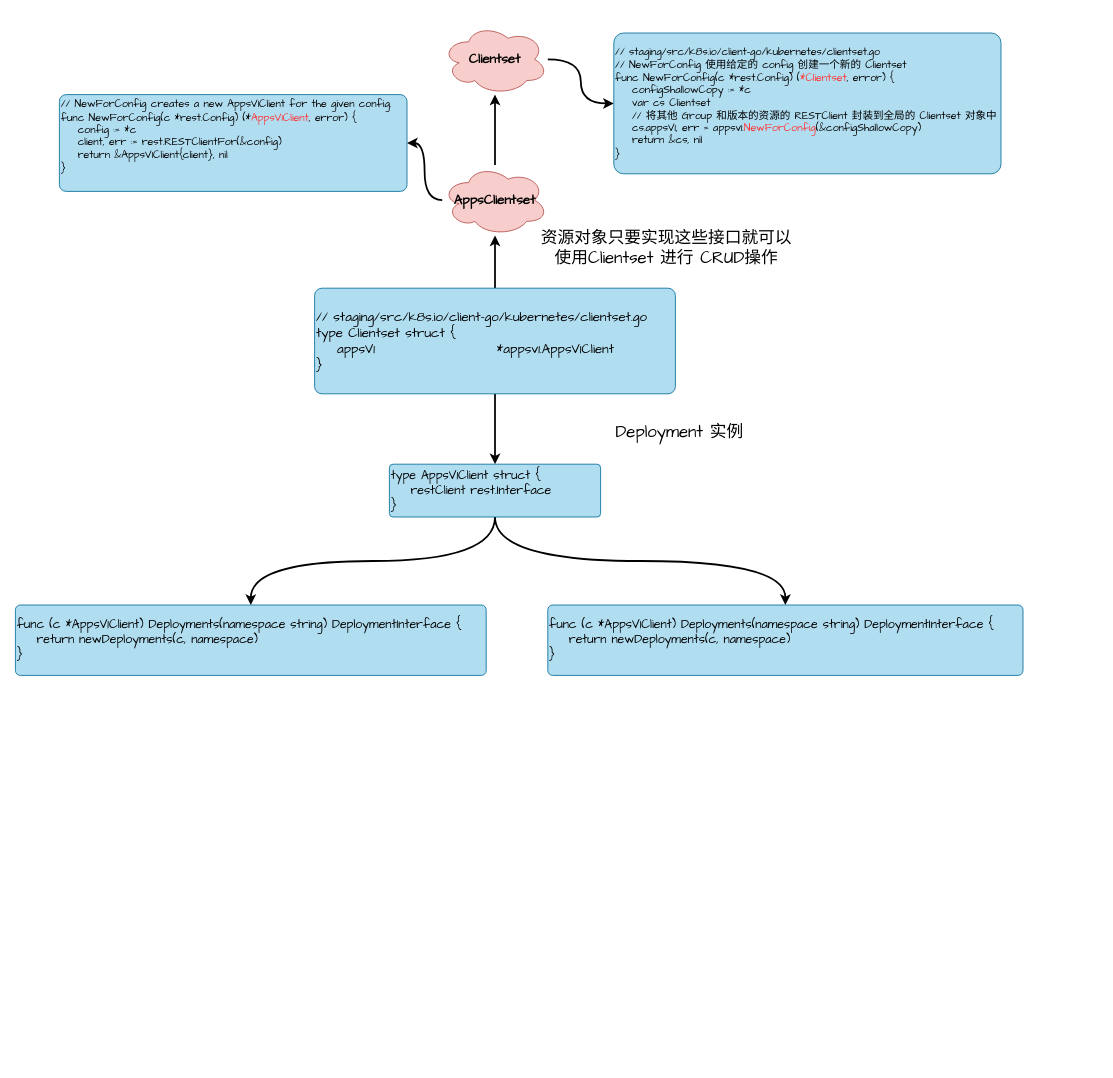
Above: book_sources/images/k8s-clientset-2.drawio in Git-Kyro/gitbook (draw.io), before the change. Source tidied: cells renumbered, new cells numbered last; positions are measured from the earlier drawing's top-left corner, leaving out a move shared by most shapes. Both pictures are drawn from the tidied source at 88%, with x=0, y=0 at pixel (15, 24).
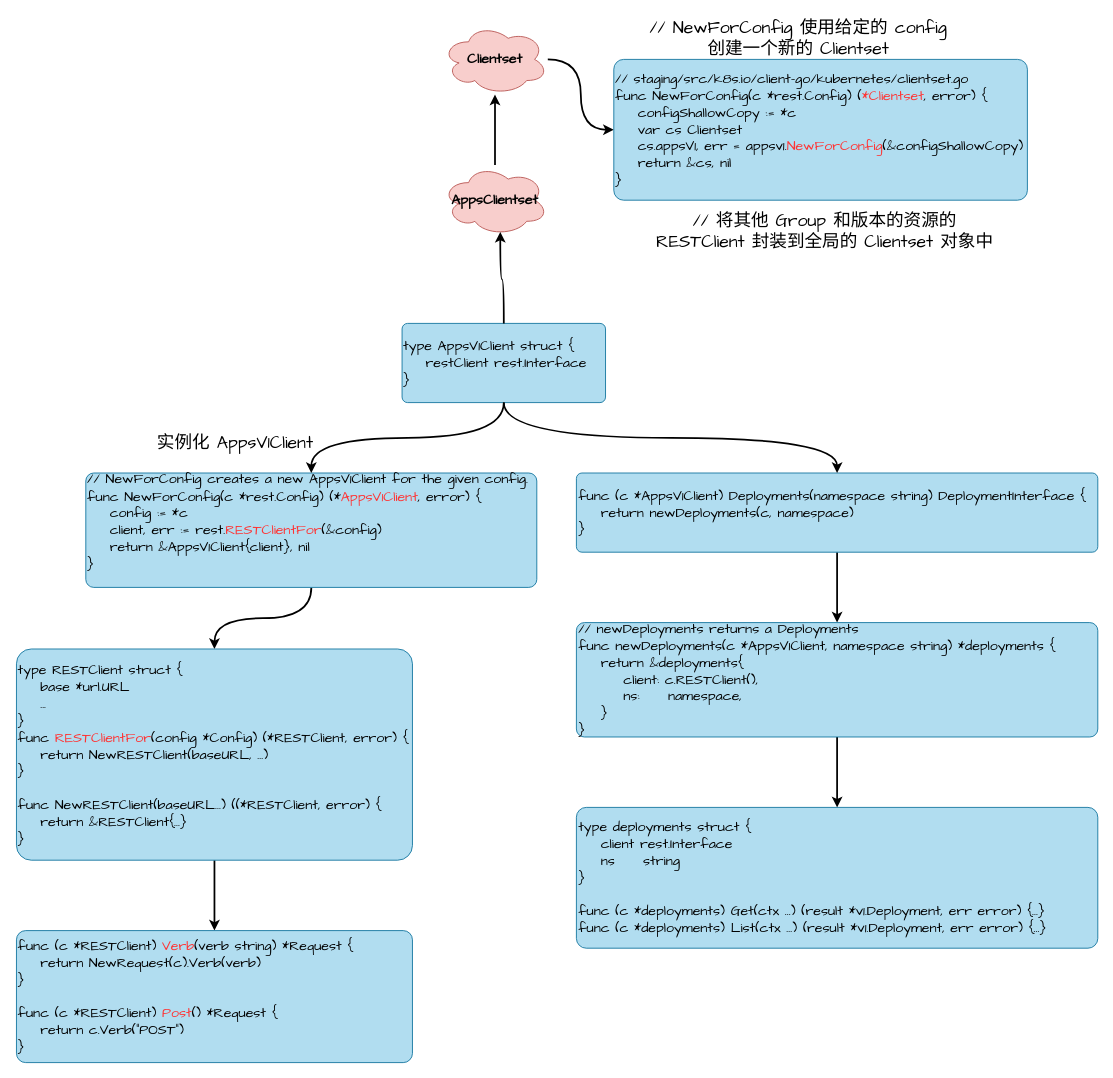
Above is the later version.

The edit, as a diff of the source:
```diff
@@
-    <mxCell id="2" style="edgeStyle=orthogonalEdgeStyle;rounded=0;jettySize=auto;html=1;strokeWidth=2;" parent="1" edge="1" source="4" target="7">
-      <mxGeometry relative="1" as="geometry" />
-    </mxCell>
-    <mxCell id="3" style="rounded=0;jettySize=auto;html=1;fontSize=15;strokeWidth=2;" parent="1" edge="1" source="4" target="10">
-      <mxGeometry relative="1" as="geometry" />
-    </mxCell>
-    <mxCell id="4" value="&lt;div style=&quot;font-size: 15px&quot;&gt;&lt;div&gt;// staging/src/k8s.io/client-go/kubernetes/clientset.go&lt;/div&gt;&lt;div&gt;type Clientset struct {&lt;/div&gt;&lt;div&gt;&amp;nbsp; &amp;nbsp; appsV1&amp;nbsp; &amp;nbsp; &amp;nbsp; &amp;nbsp; &amp;nbsp; &amp;nbsp; &amp;nbsp; &amp;nbsp; &amp;nbsp; &amp;nbsp; &amp;nbsp; &amp;nbsp;*appsv1.AppsV1Client&lt;/div&gt;&lt;div&gt;}&lt;/div&gt;&lt;/div&gt;" style="whiteSpace=wrap;html=1;fontFamily=Comic Sans MS;align=left;fillColor=#b1ddf0;strokeColor=#10739e;rounded=1;arcSize=7;" parent="1" vertex="1">
-      <mxGeometry x="340" y="300" width="410" height="120" as="geometry" />
-    </mxCell>
@@
-    <mxCell id="6" style="edgeStyle=orthogonalEdgeStyle;curved=1;rounded=0;jettySize=auto;html=1;fontFamily=Comic Sans MS;fontSize=19;fontColor=#FF3333;strokeWidth=2;" parent="1" edge="1" source="7" target="18">
-      <mxGeometry relative="1" as="geometry" />
-    </mxCell>
-    <mxCell id="7" value="&lt;font style=&quot;font-size: 15px&quot;&gt;&lt;b&gt;AppsClientset&lt;/b&gt;&lt;/font&gt;" style="ellipse;shape=cloud;whiteSpace=wrap;html=1;fontFamily=Comic Sans MS;align=center;fillColor=#f8cecc;strokeColor=#b85450;rounded=1;arcSize=7;" parent="1" vertex="1">
+    <mxCell id="7" value="&lt;font size=&quot;1&quot;&gt;&lt;b style=&quot;font-size: 16px&quot;&gt;AppsClientset&lt;/b&gt;&lt;/font&gt;" style="ellipse;shape=cloud;whiteSpace=wrap;html=1;fontFamily=Comic Sans MS;align=center;fillColor=#f8cecc;strokeColor=#b85450;rounded=1;arcSize=7;" parent="1" vertex="1">
       <mxGeometry x="485" y="160" width="120" height="80" as="geometry" />
     </mxCell>
-    <mxCell id="8" style="edgeStyle=orthogonalEdgeStyle;curved=1;rounded=0;jettySize=auto;html=1;fontSize=14;strokeWidth=2;" parent="1" edge="1" source="10" target="11">
-      <mxGeometry relative="1" as="geometry" />
-    </mxCell>
-    <mxCell id="9" style="edgeStyle=orthogonalEdgeStyle;curved=1;rounded=0;jettySize=auto;html=1;fontSize=14;strokeWidth=2;" parent="1" edge="1" source="10" target="12">
-      <mxGeometry relative="1" as="geometry" />
-    </mxCell>
-    <mxCell id="10" value="&lt;div style=&quot;font-size: 14px&quot;&gt;&lt;font style=&quot;font-size: 14px&quot;&gt;type AppsV1Client struct {&lt;/font&gt;&lt;/div&gt;&lt;div style=&quot;font-size: 14px&quot;&gt;&lt;font style=&quot;font-size: 14px&quot;&gt;&amp;nbsp; &amp;nbsp; restClient rest.Interface&lt;/font&gt;&lt;/div&gt;&lt;div style=&quot;font-size: 14px&quot;&gt;&lt;font style=&quot;font-size: 14px&quot;&gt;}&lt;/font&gt;&lt;/div&gt;" style="whiteSpace=wrap;html=1;fontFamily=Comic Sans MS;align=left;fillColor=#b1ddf0;strokeColor=#10739e;rounded=1;arcSize=7;" parent="1" vertex="1">
-      <mxGeometry x="425" y="500" width="240" height="60" as="geometry" />
-    </mxCell>
-    <mxCell id="11" value="&lt;div style=&quot;font-size: 14px&quot;&gt;&lt;div&gt;func (c *AppsV1Client) Deployments(namespace string) DeploymentInterface {&lt;/div&gt;&lt;div&gt;&amp;nbsp; &amp;nbsp; return newDeployments(c, namespace)&lt;/div&gt;&lt;div&gt;}&lt;/div&gt;&lt;/div&gt;" style="whiteSpace=wrap;html=1;fontFamily=Comic Sans MS;align=left;fillColor=#b1ddf0;strokeColor=#10739e;rounded=1;arcSize=7;" parent="1" vertex="1">
-      <mxGeometry y="660" width="535" height="80" as="geometry" />
-    </mxCell>
-    <mxCell id="12" value="&lt;div style=&quot;font-size: 14px&quot;&gt;&lt;div&gt;func (c *AppsV1Client) Deployments(namespace string) DeploymentInterface {&lt;/div&gt;&lt;div&gt;&amp;nbsp; &amp;nbsp; return newDeployments(c, namespace)&lt;/div&gt;&lt;div&gt;}&lt;/div&gt;&lt;/div&gt;" style="whiteSpace=wrap;html=1;fontFamily=Comic Sans MS;align=left;fillColor=#b1ddf0;strokeColor=#10739e;rounded=1;arcSize=7;" parent="1" vertex="1">
-      <mxGeometry x="605" y="660" width="540" height="80" as="geometry" />
-    </mxCell>
-    <mxCell id="13" value="&lt;font face=&quot;Comic Sans MS&quot; style=&quot;font-size: 19px&quot;&gt;资源对象只要实现这些接口就可以使用Clientset 进行 CRUD操作&lt;/font&gt;" style="text;html=1;strokeColor=none;fillColor=none;align=center;verticalAlign=middle;whiteSpace=wrap;rounded=0;fontSize=14;" parent="1" vertex="1">
-      <mxGeometry x="590" y="240" width="300" height="30" as="geometry" />
+    <mxCell id="13" value="&lt;span style=&quot;font-family: &amp;#34;comic sans ms&amp;#34; ; text-align: left&quot;&gt;&lt;font style=&quot;font-size: 20px&quot;&gt;// 将其他 Group 和版本的资源的 RESTClient 封装到全局的 Clientset 对象中&lt;/font&gt;&lt;/span&gt;" style="text;html=1;strokeColor=none;fillColor=none;align=center;verticalAlign=middle;whiteSpace=wrap;rounded=0;fontSize=14;" parent="1" vertex="1">
+      <mxGeometry x="720" y="220" width="400" height="30" as="geometry" />
     </mxCell>
-    <mxCell id="14" value="&lt;font face=&quot;Comic Sans MS&quot;&gt;&lt;span style=&quot;font-size: 19px&quot;&gt;Deployment 实例&lt;/span&gt;&lt;/font&gt;" style="text;html=1;strokeColor=none;fillColor=none;align=center;verticalAlign=middle;whiteSpace=wrap;rounded=0;fontSize=14;" parent="1" vertex="1">
-      <mxGeometry x="605" y="450" width="300" height="30" as="geometry" />
-    </mxCell>
@@
-    <mxCell id="16" value="&lt;font style=&quot;font-size: 15px&quot;&gt;&lt;b&gt;Clientset&lt;/b&gt;&lt;/font&gt;" style="ellipse;shape=cloud;whiteSpace=wrap;html=1;fontFamily=Comic Sans MS;align=center;fillColor=#f8cecc;strokeColor=#b85450;rounded=1;arcSize=7;" parent="1" vertex="1">
+    <mxCell id="16" value="&lt;font size=&quot;1&quot;&gt;&lt;b style=&quot;font-size: 16px&quot;&gt;Clientset&lt;/b&gt;&lt;/font&gt;" style="ellipse;shape=cloud;whiteSpace=wrap;html=1;fontFamily=Comic Sans MS;align=center;fillColor=#f8cecc;strokeColor=#b85450;rounded=1;arcSize=7;" parent="1" vertex="1">
       <mxGeometry x="485" width="120" height="80" as="geometry" />
     </mxCell>
-    <mxCell id="17" value="&lt;div&gt;// staging/src/k8s.io/client-go/kubernetes/clientset.go&lt;/div&gt;&lt;div&gt;// NewForConfig 使用给定的 config 创建一个新的 Clientset&lt;/div&gt;&lt;div&gt;func NewForConfig(c *rest.Config) (&lt;font color=&quot;#ff3333&quot;&gt;*Clientset&lt;/font&gt;, error) {&lt;/div&gt;&lt;div&gt;&amp;nbsp; &amp;nbsp; configShallowCopy := *c&lt;/div&gt;&lt;div&gt;&amp;nbsp; &amp;nbsp; var cs Clientset&lt;/div&gt;&lt;div&gt;&amp;nbsp; &amp;nbsp; // 将其他 Group 和版本的资源的 RESTClient 封装到全局的 Clientset 对象中&lt;/div&gt;&lt;div&gt;&amp;nbsp; &amp;nbsp; cs.appsV1, err = appsv1.&lt;font color=&quot;#ff3333&quot;&gt;NewForConfig&lt;/font&gt;(&amp;amp;configShallowCopy)&lt;/div&gt;&lt;div&gt;&amp;nbsp; &amp;nbsp; return &amp;amp;cs, nil&lt;/div&gt;&lt;div&gt;}&lt;/div&gt;" style="rounded=1;whiteSpace=wrap;html=1;fontFamily=Comic Sans MS;fillColor=#b1ddf0;strokeColor=#10739e;arcSize=7;align=left;" parent="1" vertex="1">
-      <mxGeometry x="680" y="10" width="440" height="160" as="geometry" />
+    <mxCell id="17" value="&lt;div style=&quot;font-size: 16px&quot;&gt;&lt;font style=&quot;font-size: 16px&quot;&gt;// staging/src/k8s.io/client-go/kubernetes/clientset.go&lt;/font&gt;&lt;/div&gt;&lt;div style=&quot;font-size: 16px&quot;&gt;&lt;font style=&quot;font-size: 16px&quot;&gt;func NewForConfig(c *rest.Config) (&lt;font color=&quot;#ff3333&quot; style=&quot;font-size: 16px&quot;&gt;*Clientset&lt;/font&gt;, error) {&lt;/font&gt;&lt;/div&gt;&lt;div style=&quot;font-size: 16px&quot;&gt;&lt;font style=&quot;font-size: 16px&quot;&gt;&amp;nbsp; &amp;nbsp; configShallowCopy := *c&lt;/font&gt;&lt;/div&gt;&lt;div style=&quot;font-size: 16px&quot;&gt;&lt;font style=&quot;font-size: 16px&quot;&gt;&amp;nbsp; &amp;nbsp; var cs Clientset&lt;/font&gt;&lt;/div&gt;&lt;div style=&quot;font-size: 16px&quot;&gt;&lt;font style=&quot;font-size: 16px&quot;&gt;&amp;nbsp; &amp;nbsp; cs.appsV1, err = appsv1.&lt;font color=&quot;#ff3333&quot; style=&quot;font-size: 16px&quot;&gt;NewForConfig&lt;/font&gt;(&amp;amp;configShallowCopy)&lt;/font&gt;&lt;/div&gt;&lt;div style=&quot;font-size: 16px&quot;&gt;&lt;font style=&quot;font-size: 16px&quot;&gt;&amp;nbsp; &amp;nbsp; return &amp;amp;cs, nil&lt;/font&gt;&lt;/div&gt;&lt;div style=&quot;font-size: 16px&quot;&gt;&lt;font style=&quot;font-size: 16px&quot;&gt;}&lt;/font&gt;&lt;/div&gt;" style="rounded=1;whiteSpace=wrap;html=1;fontFamily=Comic Sans MS;fillColor=#b1ddf0;strokeColor=#10739e;arcSize=7;align=left;" parent="1" vertex="1">
+      <mxGeometry x="680" y="40" width="470" height="160" as="geometry" />
     </mxCell>
+    <mxCell id="19" style="edgeStyle=orthogonalEdgeStyle;rounded=0;jettySize=auto;html=1;fontSize=16;curved=1;strokeWidth=2;" parent="1" edge="1" source="18" target="21">
+      <mxGeometry relative="1" as="geometry" />
+    </mxCell>
-    <mxCell id="18" value="&lt;div&gt;// NewForConfig creates a new AppsV1Client for the given config.&lt;/div&gt;&lt;div&gt;func NewForConfig(c *rest.Config) (*&lt;font color=&quot;#ff3333&quot;&gt;AppsV1Client&lt;/font&gt;, error) {&lt;/div&gt;&lt;div&gt;&amp;nbsp; &amp;nbsp; config := *c&lt;/div&gt;&lt;div&gt;&amp;nbsp; &amp;nbsp; client, err := rest.RESTClientFor(&amp;amp;config)&lt;/div&gt;&lt;div&gt;&amp;nbsp; &amp;nbsp; return &amp;amp;AppsV1Client{client}, nil&lt;/div&gt;&lt;div&gt;}&lt;/div&gt;&lt;div&gt;&lt;br&gt;&lt;/div&gt;" style="whiteSpace=wrap;html=1;fontFamily=Comic Sans MS;fillColor=#b1ddf0;strokeColor=#10739e;rounded=1;arcSize=7;align=left;" parent="1" vertex="1">
-      <mxGeometry x="50" y="80" width="395" height="110" as="geometry" />
+    <mxCell id="18" value="&lt;div style=&quot;font-size: 16px&quot;&gt;&lt;font style=&quot;font-size: 16px&quot;&gt;// NewForConfig creates a new AppsV1Client for the given config.&lt;/font&gt;&lt;/div&gt;&lt;div style=&quot;font-size: 16px&quot;&gt;&lt;font style=&quot;font-size: 16px&quot;&gt;func NewForConfig(c *rest.Config) (*&lt;font color=&quot;#ff3333&quot; style=&quot;font-size: 16px&quot;&gt;AppsV1Client&lt;/font&gt;, error) {&lt;/font&gt;&lt;/div&gt;&lt;div style=&quot;font-size: 16px&quot;&gt;&lt;font style=&quot;font-size: 16px&quot;&gt;&amp;nbsp; &amp;nbsp; config := *c&lt;/font&gt;&lt;/div&gt;&lt;div style=&quot;font-size: 16px&quot;&gt;&lt;font style=&quot;font-size: 16px&quot;&gt;&amp;nbsp; &amp;nbsp; client, err := rest.&lt;font color=&quot;#ff3333&quot; style=&quot;font-size: 16px&quot;&gt;RESTClientFor&lt;/font&gt;(&amp;amp;config)&lt;/font&gt;&lt;/div&gt;&lt;div style=&quot;font-size: 16px&quot;&gt;&lt;font style=&quot;font-size: 16px&quot;&gt;&amp;nbsp; &amp;nbsp; return &amp;amp;AppsV1Client{client}, nil&lt;/font&gt;&lt;/div&gt;&lt;div style=&quot;font-size: 16px&quot;&gt;&lt;font style=&quot;font-size: 16px&quot;&gt;}&lt;/font&gt;&lt;/div&gt;&lt;div style=&quot;font-size: 16px&quot;&gt;&lt;br&gt;&lt;/div&gt;" style="whiteSpace=wrap;html=1;fontFamily=Comic Sans MS;fillColor=#b1ddf0;strokeColor=#10739e;rounded=1;arcSize=7;align=left;" parent="1" vertex="1">
+      <mxGeometry x="80" y="510" width="512.5" height="130" as="geometry" />
     </mxCell>
+    <mxCell id="20" style="edgeStyle=orthogonalEdgeStyle;curved=1;rounded=0;jettySize=auto;html=1;fontSize=16;fontColor=#FF3333;strokeWidth=2;" parent="1" edge="1" source="21" target="25">
+      <mxGeometry relative="1" as="geometry" />
+    </mxCell>
+    <mxCell id="21" value="&lt;div&gt;&lt;div&gt;&lt;span style=&quot;font-size: 16px&quot;&gt;type RESTClient struct {&lt;/span&gt;&lt;/div&gt;&lt;div&gt;&lt;span style=&quot;font-size: 16px&quot;&gt;&amp;nbsp; &amp;nbsp; base *url.URL&lt;/span&gt;&lt;/div&gt;&lt;div&gt;&lt;span style=&quot;font-size: 16px&quot;&gt;&amp;nbsp; &amp;nbsp; ...&lt;/span&gt;&lt;/div&gt;&lt;div&gt;&lt;span style=&quot;font-size: 16px&quot;&gt;}&lt;/span&gt;&lt;/div&gt;&lt;div&gt;&lt;span style=&quot;font-size: 16px&quot;&gt;func &lt;font color=&quot;#ff3333&quot;&gt;RESTClientFor&lt;/font&gt;(config *Config) (*RESTClient, error) {&lt;/span&gt;&lt;/div&gt;&lt;div&gt;&lt;span style=&quot;font-size: 16px&quot;&gt;&amp;nbsp; &amp;nbsp; return NewRESTClient(baseURL, ...)&lt;/span&gt;&lt;/div&gt;&lt;div&gt;&lt;span style=&quot;font-size: 16px&quot;&gt;}&lt;/span&gt;&lt;/div&gt;&lt;div&gt;&lt;span style=&quot;font-size: 16px&quot;&gt;&lt;br&gt;&lt;/span&gt;&lt;/div&gt;&lt;div&gt;&lt;span style=&quot;font-size: 16px&quot;&gt;func NewRESTClient(baseURL...) ((*RESTClient, error) {&lt;/span&gt;&lt;/div&gt;&lt;div&gt;&lt;span style=&quot;font-size: 16px&quot;&gt;&amp;nbsp; &amp;nbsp; return &amp;amp;RESTClient{...}&lt;/span&gt;&lt;/div&gt;&lt;div&gt;&lt;span style=&quot;font-size: 16px&quot;&gt;}&lt;/span&gt;&lt;/div&gt;&lt;/div&gt;" style="whiteSpace=wrap;html=1;fontFamily=Comic Sans MS;fillColor=#b1ddf0;strokeColor=#10739e;rounded=1;arcSize=7;align=left;" parent="1" vertex="1">
+      <mxGeometry x="1.2" y="710" width="450" height="240" as="geometry" />
+    </mxCell>
+    <mxCell id="22" value="&lt;span style=&quot;font-family: &amp;#34;comic sans ms&amp;#34; ; text-align: left&quot;&gt;&lt;font style=&quot;font-size: 20px&quot;&gt;// NewForConfig 使用给定的 config 创建一个新的 Clientset&lt;/font&gt;&lt;/span&gt;" style="text;html=1;strokeColor=none;fillColor=none;align=center;verticalAlign=middle;whiteSpace=wrap;rounded=0;fontSize=14;" parent="1" vertex="1">
+      <mxGeometry x="720" width="340" height="30" as="geometry" />
+    </mxCell>
+    <mxCell id="23" style="edgeStyle=orthogonalEdgeStyle;curved=1;rounded=0;jettySize=auto;html=1;fontSize=16;fontColor=#FF3333;strokeWidth=2;" parent="1" edge="1" source="24" target="30">
+      <mxGeometry relative="1" as="geometry" />
+    </mxCell>
+    <mxCell id="24" value="&lt;div style=&quot;font-size: 16px&quot;&gt;&lt;div&gt;func (c *AppsV1Client) Deployments(namespace string) DeploymentInterface {&lt;/div&gt;&lt;div&gt;&amp;nbsp; &amp;nbsp; return newDeployments(c, namespace)&lt;/div&gt;&lt;div&gt;}&lt;/div&gt;&lt;/div&gt;" style="whiteSpace=wrap;html=1;fontFamily=Comic Sans MS;fillColor=#b1ddf0;strokeColor=#10739e;rounded=1;arcSize=7;align=left;" parent="1" vertex="1">
+      <mxGeometry x="637.5" y="510" width="592.5" height="90" as="geometry" />
+    </mxCell>
+    <mxCell id="25" value="&lt;div&gt;&lt;span style=&quot;font-size: 16px&quot;&gt;func (c *RESTClient) &lt;font color=&quot;#ff3333&quot;&gt;Verb&lt;/font&gt;(verb string) *Request {&lt;/span&gt;&lt;/div&gt;&lt;div&gt;&lt;span style=&quot;font-size: 16px&quot;&gt;&amp;nbsp; &amp;nbsp; return NewRequest(c).Verb(verb)&lt;/span&gt;&lt;/div&gt;&lt;div&gt;&lt;span style=&quot;font-size: 16px&quot;&gt;}&lt;/span&gt;&lt;/div&gt;&lt;div&gt;&lt;span style=&quot;font-size: 16px&quot;&gt;&lt;br&gt;&lt;/span&gt;&lt;/div&gt;&lt;div&gt;&lt;span style=&quot;font-size: 16px&quot;&gt;func (c *RESTClient) &lt;font color=&quot;#ff3333&quot;&gt;Post&lt;/font&gt;() *Request {&lt;/span&gt;&lt;/div&gt;&lt;div&gt;&lt;span style=&quot;font-size: 16px&quot;&gt;&amp;nbsp; &amp;nbsp; return c.Verb(&quot;POST&quot;)&lt;/span&gt;&lt;/div&gt;&lt;div&gt;&lt;span style=&quot;font-size: 16px&quot;&gt;}&lt;/span&gt;&lt;/div&gt;" style="whiteSpace=wrap;html=1;fontFamily=Comic Sans MS;fillColor=#b1ddf0;strokeColor=#10739e;rounded=1;arcSize=7;align=left;" parent="1" vertex="1">
+      <mxGeometry x="1.2" y="1030" width="450" height="150" as="geometry" />
+    </mxCell>
+    <mxCell id="10" value="&lt;div style=&quot;font-size: 16px&quot;&gt;&lt;div&gt;type AppsV1Client struct {&lt;/div&gt;&lt;div&gt;&amp;nbsp; &amp;nbsp; restClient rest.Interface&lt;/div&gt;&lt;div&gt;}&lt;/div&gt;&lt;/div&gt;" style="whiteSpace=wrap;html=1;fontFamily=Comic Sans MS;fillColor=#b1ddf0;strokeColor=#10739e;rounded=1;arcSize=7;align=left;" parent="1" vertex="1">
+      <mxGeometry x="439.4" y="340" width="231.2" height="90" as="geometry" />
+    </mxCell>
+    <mxCell id="26" style="endArrow=classic;html=1;rounded=0;fontSize=16;fontColor=#FF3333;strokeWidth=2;entryX=0.55;entryY=0.95;entryDx=0;entryDy=0;entryPerimeter=0;exitX=0.5;exitY=0;exitDx=0;exitDy=0;edgeStyle=orthogonalEdgeStyle;curved=1;" parent="1" edge="1" source="10" target="7">
+      <mxGeometry relative="1" as="geometry">
+        <Array as="points">
+          <mxPoint x="555" y="290" />
+          <mxPoint x="551" y="290" />
+        </Array>
+      </mxGeometry>
+    </mxCell>
+    <mxCell id="27" style="endArrow=classic;html=1;rounded=0;fontSize=16;fontColor=#FF3333;strokeWidth=2;entryX=0.5;entryY=0;entryDx=0;entryDy=0;exitX=0.5;exitY=1;exitDx=0;exitDy=0;edgeStyle=orthogonalEdgeStyle;curved=1;" parent="1" edge="1" source="10" target="18">
+      <mxGeometry relative="1" as="geometry" />
+    </mxCell>
+    <mxCell id="28" style="endArrow=classic;html=1;rounded=0;fontSize=16;fontColor=#FF3333;strokeWidth=2;exitX=0.5;exitY=1;exitDx=0;exitDy=0;edgeStyle=orthogonalEdgeStyle;curved=1;entryX=0.5;entryY=0;entryDx=0;entryDy=0;" parent="1" edge="1" source="10" target="24">
+      <mxGeometry relative="1" as="geometry" />
+    </mxCell>
+    <mxCell id="29" style="edgeStyle=orthogonalEdgeStyle;curved=1;rounded=0;jettySize=auto;html=1;fontSize=16;fontColor=#FF3333;strokeWidth=2;" parent="1" edge="1" source="30" target="31">
+      <mxGeometry relative="1" as="geometry" />
+    </mxCell>
+    <mxCell id="30" value="&lt;div&gt;&lt;div&gt;&lt;span style=&quot;font-size: 16px&quot;&gt;// newDeployments returns a Deployments&lt;/span&gt;&lt;/div&gt;&lt;div&gt;&lt;span style=&quot;font-size: 16px&quot;&gt;func newDeployments(c *AppsV1Client, namespace string) *deployments {&lt;/span&gt;&lt;/div&gt;&lt;div&gt;&lt;span style=&quot;font-size: 16px&quot;&gt;&amp;nbsp; &amp;nbsp; return &amp;amp;deployments{&lt;/span&gt;&lt;/div&gt;&lt;div&gt;&lt;span style=&quot;font-size: 16px&quot;&gt;&amp;nbsp; &amp;nbsp; &amp;nbsp; &amp;nbsp; client: c.RESTClient(),&lt;/span&gt;&lt;/div&gt;&lt;div&gt;&lt;span style=&quot;font-size: 16px&quot;&gt;&amp;nbsp; &amp;nbsp; &amp;nbsp; &amp;nbsp; ns:&amp;nbsp; &amp;nbsp; &amp;nbsp;namespace,&lt;/span&gt;&lt;/div&gt;&lt;div&gt;&lt;span style=&quot;font-size: 16px&quot;&gt;&amp;nbsp; &amp;nbsp; }&lt;/span&gt;&lt;/div&gt;&lt;div&gt;&lt;span style=&quot;font-size: 16px&quot;&gt;}&lt;/span&gt;&lt;/div&gt;&lt;/div&gt;" style="whiteSpace=wrap;html=1;fontFamily=Comic Sans MS;fillColor=#b1ddf0;strokeColor=#10739e;rounded=1;arcSize=7;align=left;" parent="1" vertex="1">
+      <mxGeometry x="637.5" y="680" width="592.5" height="130" as="geometry" />
+    </mxCell>
+    <mxCell id="31" value="&lt;div&gt;&lt;span style=&quot;font-size: 16px&quot;&gt;type deployments struct {&lt;/span&gt;&lt;/div&gt;&lt;div&gt;&lt;span style=&quot;font-size: 16px&quot;&gt;&amp;nbsp; &amp;nbsp; client rest.Interface&lt;/span&gt;&lt;/div&gt;&lt;div&gt;&lt;span style=&quot;font-size: 16px&quot;&gt;&amp;nbsp; &amp;nbsp; ns&amp;nbsp; &amp;nbsp; &amp;nbsp;string&lt;/span&gt;&lt;/div&gt;&lt;div&gt;&lt;span style=&quot;font-size: 16px&quot;&gt;}&lt;/span&gt;&lt;/div&gt;&lt;div&gt;&lt;span style=&quot;font-size: 16px&quot;&gt;&lt;br&gt;&lt;/span&gt;&lt;/div&gt;&lt;div&gt;&lt;span style=&quot;font-size: 16px&quot;&gt;func (c *deployments) Get(ctx ...) (result *v1.Deployment, err error) {...}&lt;/span&gt;&lt;/div&gt;&lt;div&gt;&lt;span style=&quot;font-size: 16px&quot;&gt;func (c *deployments) List(ctx ...) (result *v1.Deployment, err error) {...}&lt;/span&gt;&lt;/div&gt;" style="whiteSpace=wrap;html=1;fontFamily=Comic Sans MS;fillColor=#b1ddf0;strokeColor=#10739e;rounded=1;arcSize=7;align=left;" parent="1" vertex="1">
+      <mxGeometry x="637.5" y="890" width="592.5" height="160" as="geometry" />
+    </mxCell>
+    <mxCell id="32" value="&lt;div style=&quot;text-align: left&quot;&gt;&lt;font face=&quot;comic sans ms&quot; style=&quot;font-size: 20px&quot;&gt;实例化 AppsV1Client&lt;/font&gt;&lt;/div&gt;" style="text;html=1;strokeColor=none;fillColor=none;align=center;verticalAlign=middle;whiteSpace=wrap;rounded=0;fontSize=14;" parent="1" vertex="1">
+      <mxGeometry x="80" y="460" width="340" height="30" as="geometry" />
+    </mxCell>
```
